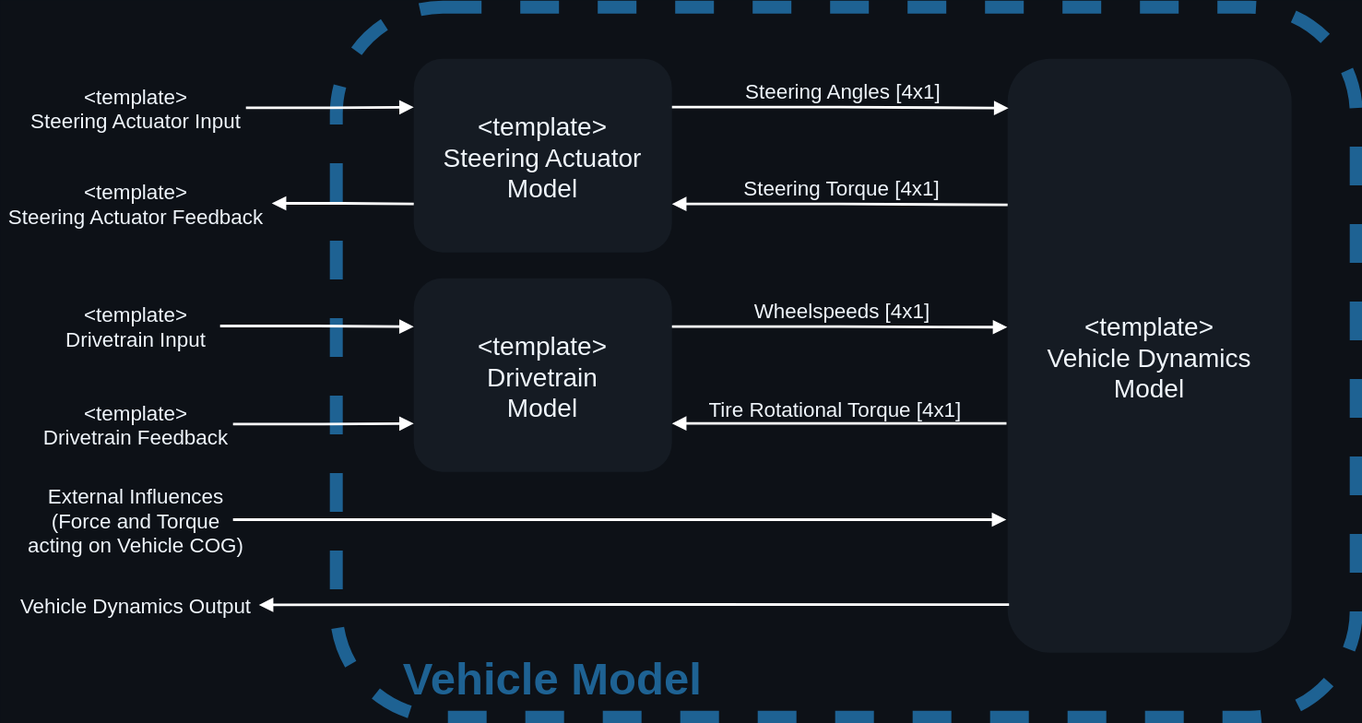
Above: doc/Model_Composition.drawio.svg in simonsag96/ocd-internal-develop (draw.io), before the change. Source tidied: cells renumbered, new cells last; positions are measured from the earlier drawing's top-left corner, leaving out a move shared by most shapes.
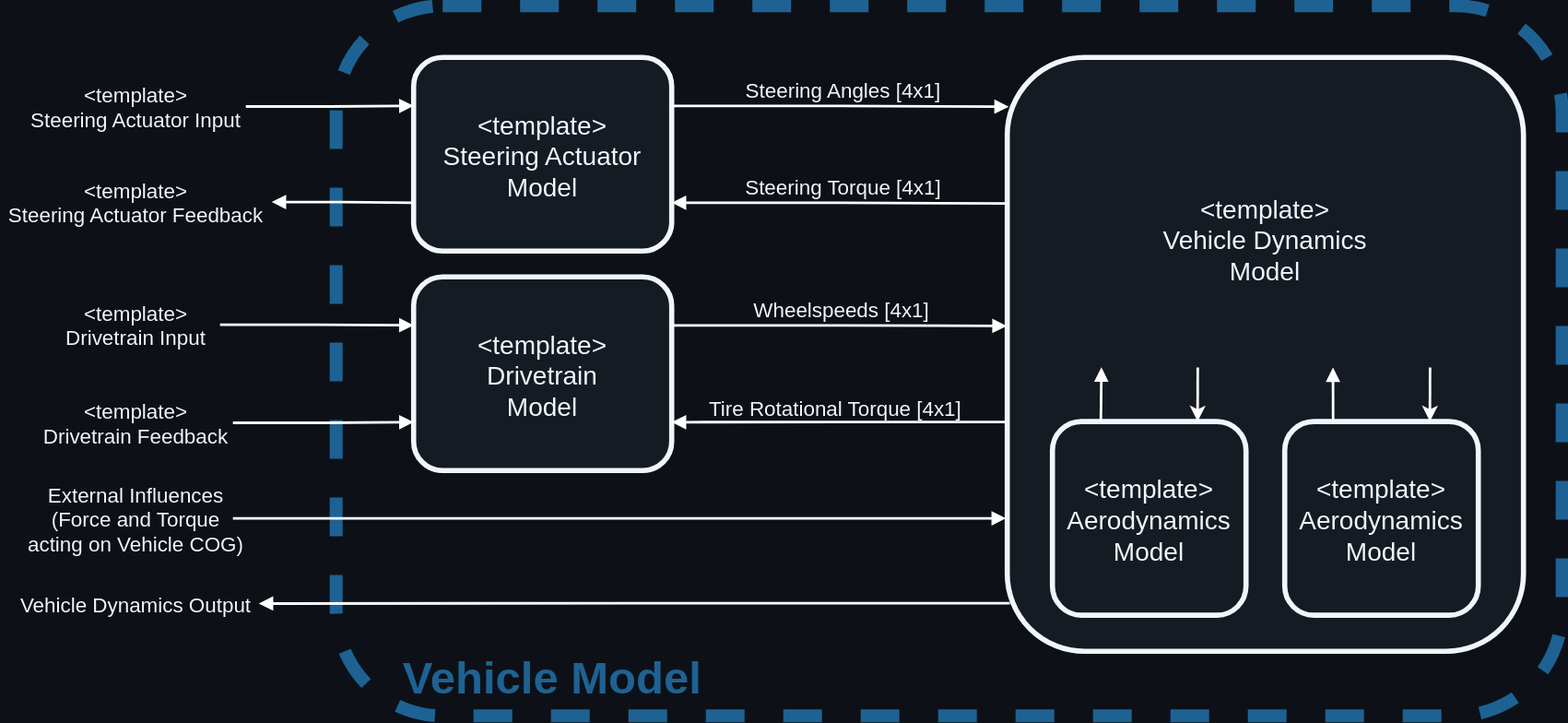
After the change.

Change to the diagram source:
```diff
@@ -3,16 +3,16 @@
     <mxCell id="0" />
     <mxCell id="1" parent="0" />
     <mxCell id="2" value="Vehicle Model" style="rounded=1;fontSize=35;fillColor=none;fontColor=#1E6293;verticalAlign=bottom;strokeColor=#1E6293;dashed=1;strokeWidth=10;fontStyle=1;spacingBottom=12;spacingRight=0;align=left;spacingLeft=50;" parent="1" vertex="1">
-      <mxGeometry x="260" width="790" height="550" as="geometry" />
+      <mxGeometry x="260" width="950" height="550" as="geometry" />
     </mxCell>
-    <mxCell id="3" value="&lt;template&gt;&#10;Steering Actuator&#10;Model" style="rounded=1;fontSize=20;fillColor=#151B23;fontColor=#F0F6FC;strokeColor=none;strokeWidth=4;align=center;verticalAlign=middle;fontFamily=Helvetica;fontStyle=0;" parent="1" vertex="1">
+    <mxCell id="3" value="&lt;template&gt;&#10;Steering Actuator&#10;Model" style="rounded=1;fontSize=20;fillColor=#151B23;fontColor=#F0F6FC;strokeColor=#F0F6FC;strokeWidth=4;align=center;verticalAlign=middle;fontFamily=Helvetica;fontStyle=0;" parent="1" vertex="1">
       <mxGeometry x="320" y="40" width="200" height="150" as="geometry" />
     </mxCell>
-    <mxCell id="4" value="&lt;template&gt;&#10;Drivetrain&#10;Model" style="rounded=1;fontSize=20;fillColor=#151B23;fontColor=#F0F6FC;strokeColor=none;strokeWidth=4;align=center;verticalAlign=middle;fontFamily=Helvetica;fontStyle=0;" parent="1" vertex="1">
+    <mxCell id="4" value="&lt;template&gt;&#10;Drivetrain&#10;Model" style="rounded=1;fontSize=20;fillColor=#151B23;fontColor=#F0F6FC;strokeColor=#F0F6FC;strokeWidth=4;align=center;verticalAlign=middle;fontFamily=Helvetica;fontStyle=0;" parent="1" vertex="1">
       <mxGeometry x="320" y="210" width="200" height="150" as="geometry" />
     </mxCell>
-    <mxCell id="5" value="&lt;template&gt;&#10;Vehicle Dynamics&#10;Model" style="rounded=1;fontSize=20;fillColor=#151B23;fontColor=#F0F6FC;strokeColor=none;strokeWidth=4;fontStyle=0;" parent="1" vertex="1">
-      <mxGeometry x="780" y="40" width="220" height="460" as="geometry" />
+    <mxCell id="5" value="&lt;template&gt;&#10;Vehicle Dynamics&#10;Model" style="rounded=1;fontSize=20;fillColor=#151B23;fontColor=#F0F6FC;strokeColor=#F0F6FC;strokeWidth=4;fontStyle=0;spacingBottom=180;" parent="1" vertex="1">
+      <mxGeometry x="780" y="40" width="400" height="460" as="geometry" />
     </mxCell>
     <mxCell id="6" style="edgeStyle=orthogonalEdgeStyle;rounded=0;jettySize=auto;exitX=1;exitY=0.25;exitDx=0;exitDy=0;entryX=0.003;entryY=0.083;entryDx=0;entryDy=0;entryPerimeter=0;strokeWidth=2;endArrow=block;endFill=1;strokeColor=#FFFFFF;fontColor=#F0F6FC;" parent="1" edge="1" source="3" target="5">
       <mxGeometry relative="1" as="geometry" />
@@ -84,5 +84,25 @@
     <mxCell id="25" value="Vehicle Dynamics Output" style="text;align=center;verticalAlign=middle;rounded=0;fontSize=16;fillColor=none;labelBackgroundColor=none;fontColor=#F0F6FC;" parent="1" vertex="1">
       <mxGeometry x="10" y="436" width="190" height="54" as="geometry" />
     </mxCell>
+    <mxCell id="26" value="&lt;template&gt;&#10;Aerodynamics&#10;Model" style="rounded=1;fontSize=20;fillColor=#151B23;fontColor=#F0F6FC;strokeColor=#F0F6FC;strokeWidth=4;align=center;verticalAlign=middle;fontFamily=Helvetica;fontStyle=0;" parent="1" vertex="1">
+      <mxGeometry x="815" y="322" width="150" height="150" as="geometry" />
+    </mxCell>
+    <mxCell id="27" value="&lt;template&gt;&#10;Aerodynamics&#10;Model" style="rounded=1;fontSize=20;fillColor=#151B23;fontColor=#F0F6FC;strokeColor=#F0F6FC;strokeWidth=4;align=center;verticalAlign=middle;fontFamily=Helvetica;fontStyle=0;" parent="1" vertex="1">
+      <mxGeometry x="995" y="322" width="150" height="150" as="geometry" />
+    </mxCell>
+    <mxCell id="28" style="edgeStyle=none;html=1;exitX=0.25;exitY=0;exitDx=0;exitDy=0;rounded=0;strokeColor=#FFFFFF;strokeWidth=2;align=center;verticalAlign=middle;fontFamily=Helvetica;fontSize=11;fontColor=#F0F6FC;labelBackgroundColor=default;endArrow=block;endFill=1;" parent="1" edge="1" source="26">
+      <mxGeometry relative="1" as="geometry">
+        <mxPoint x="853" y="280" as="targetPoint" />
+      </mxGeometry>
+    </mxCell>
+    <mxCell id="29" style="edgeStyle=none;html=1;exitX=0.75;exitY=0;exitDx=0;exitDy=0;entryX=0.369;entryY=0.522;entryDx=0;entryDy=0;entryPerimeter=0;endArrow=none;endFill=0;startArrow=classic;startFill=1;rounded=0;strokeColor=#FFFFFF;strokeWidth=2;align=center;verticalAlign=middle;fontFamily=Helvetica;fontSize=11;fontColor=#F0F6FC;labelBackgroundColor=default;" parent="1" edge="1" source="26" target="5">
+      <mxGeometry relative="1" as="geometry" />
+    </mxCell>
+    <mxCell id="30" style="edgeStyle=none;html=1;exitX=0.25;exitY=0;exitDx=0;exitDy=0;entryX=0.631;entryY=0.522;entryDx=0;entryDy=0;entryPerimeter=0;rounded=0;strokeColor=#FFFFFF;strokeWidth=2;align=center;verticalAlign=middle;fontFamily=Helvetica;fontSize=11;fontColor=#F0F6FC;labelBackgroundColor=default;endArrow=block;endFill=1;" parent="1" edge="1" source="27" target="5">
+      <mxGeometry relative="1" as="geometry" />
+    </mxCell>
+    <mxCell id="31" style="edgeStyle=none;html=1;exitX=0.75;exitY=0;exitDx=0;exitDy=0;entryX=0.819;entryY=0.522;entryDx=0;entryDy=0;entryPerimeter=0;startArrow=classic;startFill=1;endArrow=none;endFill=0;rounded=0;strokeColor=#FFFFFF;strokeWidth=2;align=center;verticalAlign=middle;fontFamily=Helvetica;fontSize=11;fontColor=#F0F6FC;labelBackgroundColor=default;" parent="1" edge="1" source="27" target="5">
+      <mxGeometry relative="1" as="geometry" />
+    </mxCell>
   </root>
 </mxGraphModel>
```
